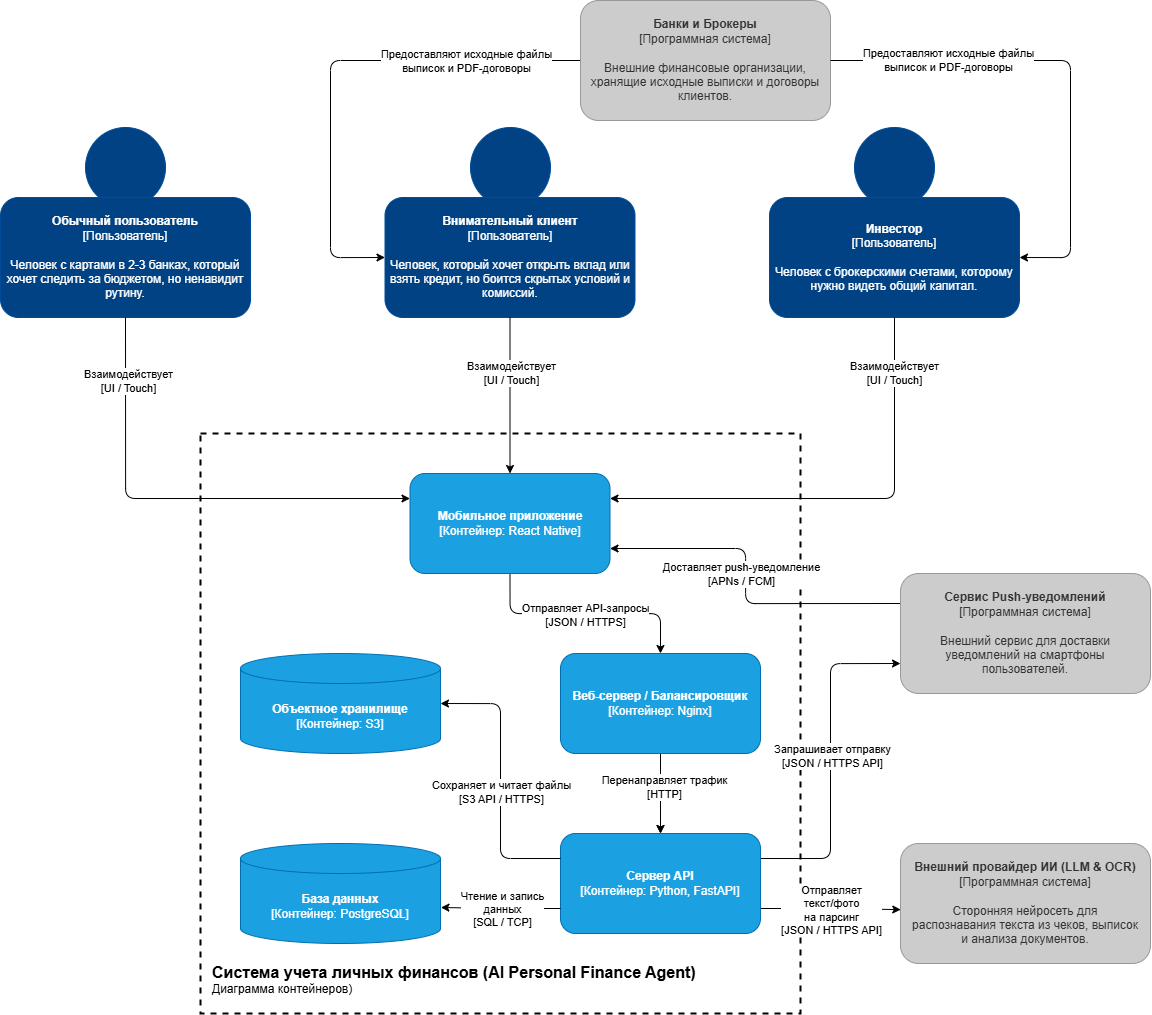
Above: assests/scheme_C4/scheme_C4_leve2.png in MrDuckVC/management-of-it-projects-VKEdu (draw.io), before the change. Source tidied: cells renumbered, new cells last; positions are measured from the earlier drawing's top-left corner, leaving out a move shared by most shapes.
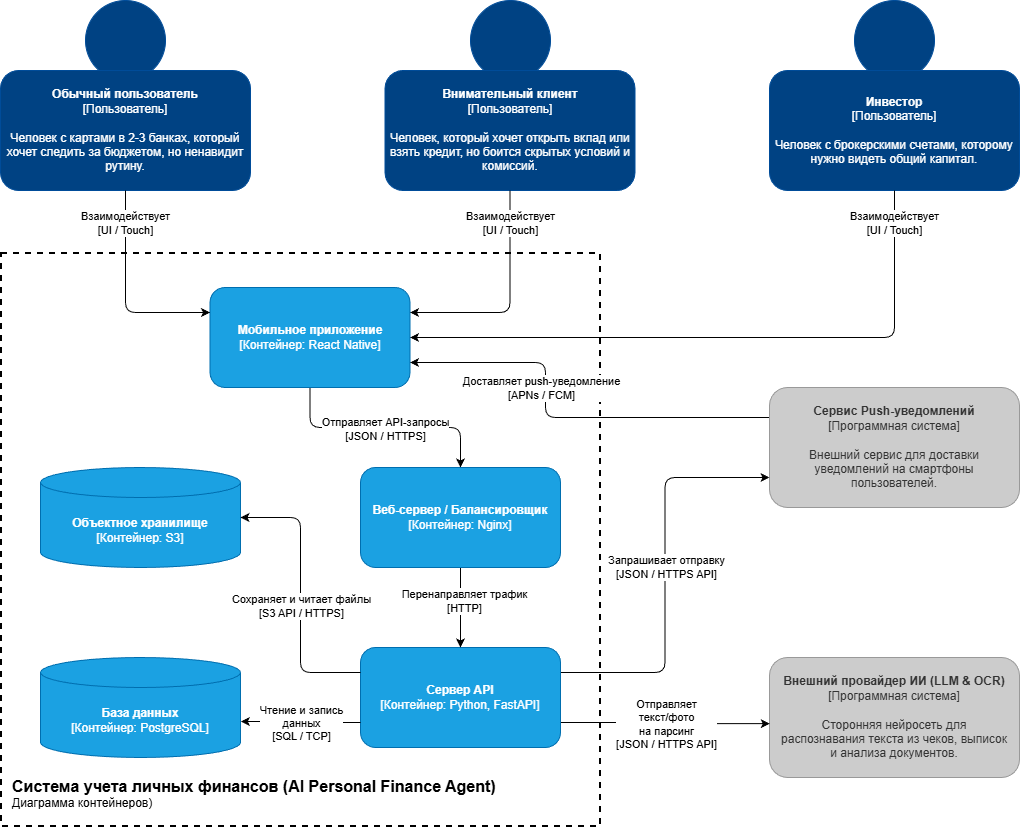
The same file after the commit.

Change to the diagram source:
```diff
@@ -3,7 +3,7 @@
     <mxCell id="0" />
     <mxCell id="1" parent="0" />
     <mxCell id="2" style="rounded=0;whiteSpace=wrap;html=1;fillColor=none;dashed=1;strokeWidth=2;" parent="1" vertex="1">
-      <mxGeometry x="200" y="433" width="600" height="580" as="geometry" />
+      <mxGeometry x="1" y="253" width="599" height="573" as="geometry" />
     </mxCell>
     <mxCell id="3" style="edgeStyle=orthogonalEdgeStyle;rounded=1;jettySize=auto;html=1;exitX=0.5;exitY=1;exitDx=0;exitDy=0;entryX=0.5;entryY=0;entryDx=0;entryDy=0;curved=0;" parent="1" edge="1" source="5" target="19">
       <mxGeometry relative="1" as="geometry" />
@@ -14,29 +14,29 @@
       </mxGeometry>
     </mxCell>
     <mxCell id="5" value="&lt;b&gt;Мобильное приложение&lt;/b&gt;&lt;br&gt;[Контейнер: React Native]" style="rounded=1;whiteSpace=wrap;html=1;fillColor=#1ba1e2;strokeColor=#006EAF;fontColor=#ffffff;align=center;verticalAlign=middle;spacing=10;" parent="1" vertex="1">
-      <mxGeometry x="409.5" y="473" width="200" height="100" as="geometry" />
+      <mxGeometry x="209.5" y="287" width="200" height="100" as="geometry" />
     </mxCell>
     <mxCell id="6" value="&lt;b&gt;Внешний провайдер ИИ (LLM &amp; OCR)&lt;/b&gt;&lt;br/&gt;[Программная система]&lt;br/&gt;&lt;br/&gt;Сторонняя нейросеть для распознавания текста из чеков, выписок и анализа документов." style="rounded=1;whiteSpace=wrap;html=1;fillColor=#CCCCCC;strokeColor=#999999;fontColor=#333333;align=center;verticalAlign=middle;spacing=10;" parent="1" vertex="1">
-      <mxGeometry x="900" y="843" width="250" height="120" as="geometry" />
+      <mxGeometry x="769" y="657" width="250" height="120" as="geometry" />
     </mxCell>
     <mxCell id="7" style="edgeStyle=orthogonalEdgeStyle;rounded=1;jettySize=auto;html=1;exitX=0;exitY=0.25;exitDx=0;exitDy=0;entryX=1;entryY=0.75;entryDx=0;entryDy=0;curved=0;" parent="1" edge="1" source="9" target="5">
       <mxGeometry relative="1" as="geometry">
         <Array as="points">
-          <mxPoint x="745" y="603" />
-          <mxPoint x="745" y="548" />
+          <mxPoint x="545" y="417" />
+          <mxPoint x="545" y="362" />
         </Array>
       </mxGeometry>
     </mxCell>
     <mxCell id="8" value="Доставляет push-уведомление&lt;br&gt;[APNs / FCM]" style="edgeLabel;html=1;align=center;verticalAlign=middle;" parent="7" vertex="1">
       <mxGeometry x="-0.02" relative="1" as="geometry">
-        <mxPoint x="-5" y="-16" as="offset" />
+        <mxPoint x="-26" y="-30" as="offset" />
       </mxGeometry>
     </mxCell>
     <mxCell id="9" value="&lt;b&gt;Сервис Push-уведомлений&lt;/b&gt;&lt;br/&gt;[Программная система]&lt;br/&gt;&lt;br/&gt;Внешний сервис для доставки уведомлений на смартфоны пользователей." style="rounded=1;whiteSpace=wrap;html=1;fillColor=#CCCCCC;strokeColor=#999999;fontColor=#333333;align=center;verticalAlign=middle;spacing=10;" parent="1" vertex="1">
-      <mxGeometry x="900" y="573" width="250" height="120" as="geometry" />
+      <mxGeometry x="769" y="387" width="250" height="120" as="geometry" />
     </mxCell>
     <mxCell id="10" value="&lt;font style=&quot;font-size: 16px;&quot;&gt;&lt;b style=&quot;&quot;&gt;Система учета личных финансов (AI Personal Finance Agent)&lt;/b&gt;&lt;br&gt;&lt;/font&gt;&lt;div style=&quot;&quot;&gt;Диаграмма контейнеров)&lt;/div&gt;&lt;div style=&quot;font-weight: bold;&quot;&gt;&lt;br&gt;&lt;/div&gt;" style="text;html=1;whiteSpace=wrap;strokeColor=none;fillColor=none;align=left;verticalAlign=bottom;rounded=0;labelPosition=center;verticalLabelPosition=middle;spacing=2;spacingLeft=10;spacingBottom=0;" parent="1" vertex="1">
-      <mxGeometry x="200" y="953" width="520" height="60" as="geometry" />
+      <mxGeometry y="767" width="520" height="60" as="geometry" />
     </mxCell>
     <mxCell id="11" style="edgeStyle=orthogonalEdgeStyle;rounded=1;jettySize=auto;html=1;exitX=1;exitY=0.75;exitDx=0;exitDy=0;entryX=0.001;entryY=0.551;entryDx=0;entryDy=0;curved=0;entryPerimeter=0;" parent="1" edge="1" source="15" target="6">
       <mxGeometry relative="1" as="geometry" />
@@ -53,7 +53,7 @@
       <mxGeometry x="0.04" y="-1" relative="1" as="geometry" />
     </mxCell>
     <mxCell id="15" value="&lt;b&gt;Сервер API&lt;/b&gt;&lt;br&gt;[Контейнер: Python, FastAPI]" style="rounded=1;whiteSpace=wrap;html=1;fillColor=#1ba1e2;strokeColor=#006EAF;fontColor=#ffffff;align=center;verticalAlign=middle;spacing=10;" parent="1" vertex="1">
-      <mxGeometry x="560" y="833" width="200" height="100" as="geometry" />
+      <mxGeometry x="360" y="647" width="200" height="100" as="geometry" />
     </mxCell>
     <mxCell id="16" style="edgeStyle=orthogonalEdgeStyle;rounded=1;jettySize=auto;html=1;exitX=0.5;exitY=1;exitDx=0;exitDy=0;entryX=0.5;entryY=0;entryDx=0;entryDy=0;curved=0;" parent="1" edge="1" source="19" target="15">
       <mxGeometry relative="1" as="geometry" />
@@ -65,64 +65,40 @@
       <mxGeometry x="-0.17" y="3" relative="1" as="geometry" />
     </mxCell>
     <mxCell id="19" value="&lt;b&gt;Веб-сервер / Балансировщик&lt;/b&gt;&lt;br&gt;[Контейнер: Nginx]" style="rounded=1;whiteSpace=wrap;html=1;fillColor=#1ba1e2;strokeColor=#006EAF;fontColor=#ffffff;align=center;verticalAlign=middle;spacing=10;" parent="1" vertex="1">
-      <mxGeometry x="560" y="653" width="200" height="100" as="geometry" />
+      <mxGeometry x="360" y="467" width="200" height="100" as="geometry" />
     </mxCell>
     <mxCell id="20" style="ellipse;whiteSpace=wrap;html=1;fillColor=#004283;strokeColor=#004C99;" parent="1" vertex="1">
-      <mxGeometry x="85" y="127" width="80" height="80" as="geometry" />
+      <mxGeometry x="85" width="80" height="80" as="geometry" />
     </mxCell>
     <mxCell id="21" style="ellipse;whiteSpace=wrap;html=1;fillColor=#004283;strokeColor=#004C99;" parent="1" vertex="1">
-      <mxGeometry x="470" y="127" width="80" height="80" as="geometry" />
+      <mxGeometry x="470" width="80" height="80" as="geometry" />
     </mxCell>
     <mxCell id="22" style="ellipse;whiteSpace=wrap;html=1;fillColor=#004283;strokeColor=#004C99;" parent="1" vertex="1">
-      <mxGeometry x="854" y="127" width="80" height="80" as="geometry" />
+      <mxGeometry x="854" width="80" height="80" as="geometry" />
     </mxCell>
     <mxCell id="23" value="&lt;b&gt;Обычный пользователь&lt;/b&gt;&lt;br&gt;[Пользователь]&lt;br&gt;&lt;br&gt;Человек с картами в 2-3 банках, который хочет следить за бюджетом, но ненавидит рутину." style="shape=mxgraph.basic.person;html=1;fillColor=#004283;strokeColor=#004C99;fontColor=#FFFFFF;verticalLabelPosition=middle;verticalAlign=middle;align=center;labelBackgroundColor=none;fontStyle=0;rounded=1;convertToSvg=0;labelPosition=center;whiteSpace=wrap;" parent="1" vertex="1">
-      <mxGeometry y="197" width="250" height="120" as="geometry" />
+      <mxGeometry y="70" width="250" height="120" as="geometry" />
     </mxCell>
     <mxCell id="24" value="&lt;b&gt;Внимательный клиент&lt;/b&gt;&lt;br&gt;[Пользователь]&lt;br&gt;&lt;br&gt;Человек, который хочет открыть вклад или взять кредит, но боится скрытых условий и комиссий." style="shape=mxgraph.basic.person;html=1;fillColor=#004283;strokeColor=#004C99;fontColor=#FFFFFF;verticalLabelPosition=middle;verticalAlign=middle;align=center;labelBackgroundColor=none;fontStyle=0;rounded=1;convertToSvg=0;labelPosition=center;whiteSpace=wrap;" parent="1" vertex="1">
-      <mxGeometry x="384.5" y="197" width="250" height="120" as="geometry" />
+      <mxGeometry x="384.5" y="70" width="250" height="120" as="geometry" />
     </mxCell>
     <mxCell id="25" value="&lt;b&gt;Инвестор&lt;/b&gt;&lt;br&gt;[Пользователь]&lt;br&gt;&lt;br&gt;Человек с брокерскими счетами, которому нужно видеть общий капитал." style="shape=mxgraph.basic.person;html=1;fillColor=#004283;strokeColor=#004C99;fontColor=#FFFFFF;verticalLabelPosition=middle;verticalAlign=middle;align=center;labelBackgroundColor=none;fontStyle=0;rounded=1;convertToSvg=0;labelPosition=center;whiteSpace=wrap;" parent="1" vertex="1">
-      <mxGeometry x="769" y="197" width="250" height="120" as="geometry" />
+      <mxGeometry x="769" y="70" width="250" height="120" as="geometry" />
     </mxCell>
-    <mxCell id="26" style="edgeStyle=orthogonalEdgeStyle;rounded=1;jettySize=auto;html=1;exitX=0;exitY=0.5;exitDx=0;exitDy=0;entryX=0;entryY=0.5;entryDx=0;entryDy=0;curved=0;" parent="1" edge="1" source="28" target="24">
-      <mxGeometry relative="1" as="geometry">
-        <Array as="points">
-          <mxPoint x="330" y="60" />
-          <mxPoint x="330" y="257" />
-        </Array>
-      </mxGeometry>
-    </mxCell>
-    <mxCell id="27" value="Предоставляют исходные файлы&lt;div&gt;выписок и PDF-договоры&lt;/div&gt;" style="edgeLabel;html=1;align=center;verticalAlign=middle;" parent="26" vertex="1">
-      <mxGeometry x="0.22" y="-2" relative="1" as="geometry">
-        <mxPoint x="137" y="-57" as="offset" />
-      </mxGeometry>
-    </mxCell>
-    <mxCell id="28" value="&lt;b&gt;Банки и Брокеры&lt;/b&gt;&lt;br/&gt;[Программная система]&lt;br/&gt;&lt;br/&gt;Внешние финансовые организации, хранящие исходные выписки и договоры клиентов." style="rounded=1;whiteSpace=wrap;html=1;fillColor=#CCCCCC;strokeColor=#999999;fontColor=#333333;align=center;verticalAlign=middle;spacing=10;" parent="1" vertex="1">
-      <mxGeometry x="580" width="250" height="120" as="geometry" />
-    </mxCell>
     <mxCell id="29" value="&lt;div&gt;Взаимодействует&lt;/div&gt;&lt;div&gt;[UI / Touch]&lt;/div&gt;" style="endArrow=classic;html=1;exitX=0.5;exitY=1;exitDx=0;exitDy=0;entryX=0;entryY=0.25;entryDx=0;entryDy=0;edgeStyle=orthogonalEdgeStyle;rounded=1;" parent="1" edge="1" source="23" target="5">
-      <mxGeometry x="-0.72" y="3" relative="1" as="geometry" />
+      <mxGeometry x="-0.68" relative="1" as="geometry" />
     </mxCell>
-    <mxCell id="30" value="Взаимодействует&lt;br&gt;[UI / Touch]" style="endArrow=classic;html=1;exitX=0.5;exitY=1;exitDx=0;exitDy=0;entryX=0.5;entryY=0;entryDx=0;entryDy=0;" parent="1" edge="1" source="24" target="5">
-      <mxGeometry x="-0.28" y="1" relative="1" as="geometry" />
+    <mxCell id="30" value="Взаимодействует&lt;br&gt;[UI / Touch]" style="endArrow=classic;html=1;exitX=0.5;exitY=1;exitDx=0;exitDy=0;entryX=1;entryY=0.25;entryDx=0;entryDy=0;edgeStyle=orthogonalEdgeStyle;" parent="1" edge="1" source="24" target="5">
+      <mxGeometry x="-0.7" relative="1" as="geometry" />
     </mxCell>
-    <mxCell id="31" value="&lt;div&gt;Взаимодействует&lt;/div&gt;&lt;div&gt;[UI / Touch]&lt;/div&gt;" style="endArrow=classic;html=1;exitX=0.5;exitY=1;exitDx=0;exitDy=0;entryX=1;entryY=0.25;entryDx=0;entryDy=0;edgeStyle=orthogonalEdgeStyle;rounded=1;" parent="1" edge="1" source="25" target="5">
-      <mxGeometry x="-0.76" relative="1" as="geometry" />
+    <mxCell id="31" value="&lt;div&gt;Взаимодействует&lt;/div&gt;&lt;div&gt;[UI / Touch]&lt;/div&gt;" style="endArrow=classic;html=1;exitX=0.5;exitY=1;exitDx=0;exitDy=0;entryX=1;entryY=0.5;entryDx=0;entryDy=0;edgeStyle=orthogonalEdgeStyle;rounded=1;" parent="1" edge="1" source="25" target="5">
+      <mxGeometry x="-0.9" relative="1" as="geometry" />
     </mxCell>
-    <mxCell id="32" value="Предоставляют исходные файлы&lt;div&gt;выписок и PDF-договоры&lt;/div&gt;" style="endArrow=classic;html=1;exitX=1;exitY=0.5;exitDx=0;exitDy=0;entryX=1;entryY=0.5;entryDx=0;entryDy=0;edgeStyle=orthogonalEdgeStyle;rounded=1;" parent="1" edge="1" source="28" target="25">
-      <mxGeometry x="-0.52" relative="1" as="geometry">
-        <Array as="points">
-          <mxPoint x="1070" y="60" />
-          <mxPoint x="1070" y="257" />
-        </Array>
-      </mxGeometry>
-    </mxCell>
     <mxCell id="33" value="&lt;b style=&quot;color: rgb(255, 255, 255);&quot;&gt;База данных&lt;/b&gt;&lt;div style=&quot;color: rgb(255, 255, 255);&quot;&gt;[Контейнер: PostgreSQL]&lt;/div&gt;" style="shape=cylinder3;whiteSpace=wrap;html=1;boundedLbl=1;backgroundOutline=1;size=15;fillColor=#1BA1E2;strokeColor=#006EAF;" parent="1" vertex="1">
-      <mxGeometry x="240" y="843" width="200" height="100" as="geometry" />
+      <mxGeometry x="40" y="657" width="200" height="100" as="geometry" />
     </mxCell>
     <mxCell id="34" value="&lt;b style=&quot;color: rgb(255, 255, 255);&quot;&gt;Объектное хранилище&lt;/b&gt;&lt;br style=&quot;color: rgb(255, 255, 255);&quot;&gt;&lt;span style=&quot;color: rgb(255, 255, 255);&quot;&gt;[Контейнер: S3]&lt;/span&gt;" style="shape=cylinder3;whiteSpace=wrap;html=1;boundedLbl=1;backgroundOutline=1;size=15;fillColor=#1BA1E2;strokeColor=#006EAF;" parent="1" vertex="1">
-      <mxGeometry x="240" y="653" width="200" height="100" as="geometry" />
+      <mxGeometry x="40" y="467" width="200" height="100" as="geometry" />
     </mxCell>
     <mxCell id="35" style="edgeStyle=orthogonalEdgeStyle;rounded=1;jettySize=auto;html=1;exitX=0;exitY=0.75;exitDx=0;exitDy=0;entryX=1.002;entryY=0.64;entryDx=0;entryDy=0;entryPerimeter=0;curved=0;" parent="1" edge="1" source="15" target="33">
       <mxGeometry relative="1" as="geometry" />
```
